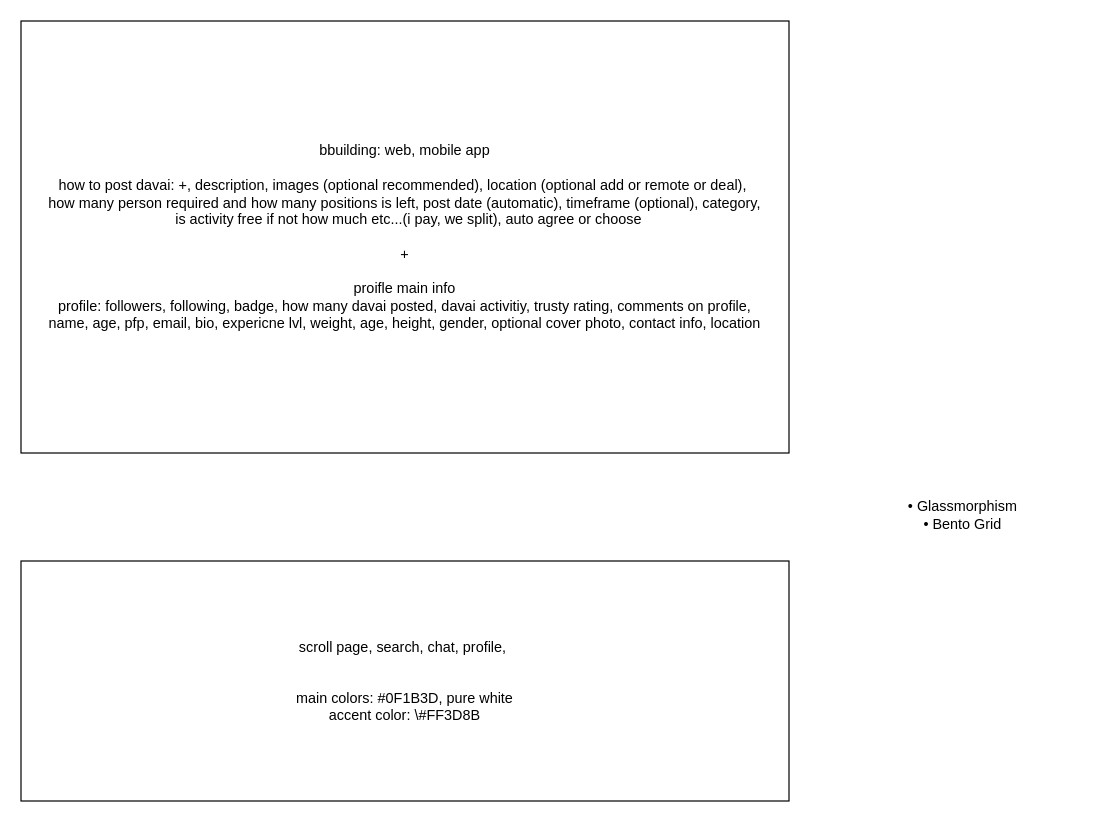
Earlier version of the draw.io diagram docs/draw.drawio (lasha-lomidze/Davaiii). Source tidied: cells renumbered, new cells numbered last; positions are measured from the earlier drawing's top-left corner, leaving out a move shared by most shapes. Both pictures are drawn from the tidied source at 120%, with x=0, y=0 at pixel (20, 20).
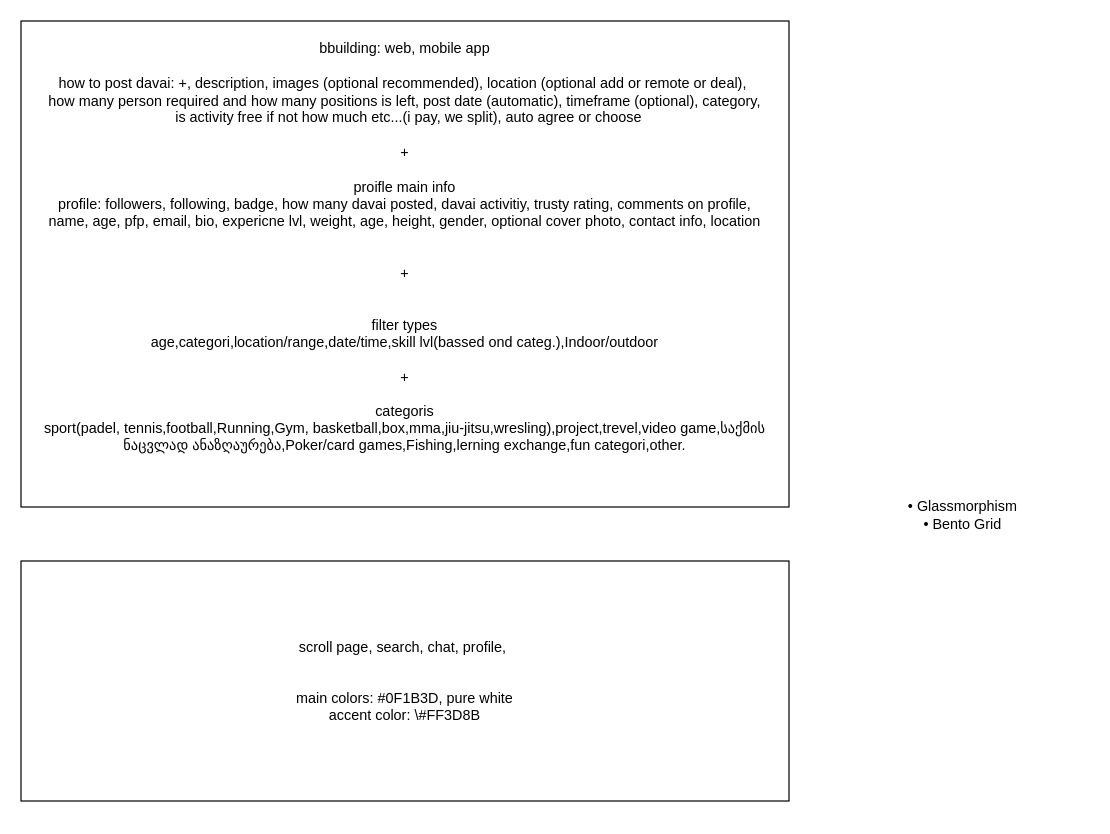
After the change.

Commit message (it also covers changes not shown here):
docs: plan categories and filters

Diff of the diagram source:
```diff
@@
 <mxGraphModel>
   <root>
     <mxCell id="0" />
     <mxCell id="1" parent="0" />
-    <mxCell id="2" value="bbuilding: web, mobile app&lt;div&gt;&lt;br&gt;&lt;/div&gt;&lt;div&gt;how to post davai: +, description, images (optional recommended), location (optional add or remote or deal),&amp;nbsp;&lt;/div&gt;&lt;div&gt;how many person required and how many positions is left, post date (automatic), timeframe (optional), category,&lt;/div&gt;&lt;div&gt;&amp;nbsp; is activity free if not how much etc...(i pay, we split), auto agree or choose&lt;/div&gt;&lt;div&gt;&lt;br&gt;&lt;/div&gt;&lt;div&gt;+&lt;/div&gt;&lt;div&gt;&lt;br&gt;&lt;/div&gt;&lt;div&gt;proifle main info&lt;/div&gt;&lt;div&gt;profile: followers, following, badge, how many davai posted, davai activitiy, trusty rating, comments on profile,&lt;/div&gt;&lt;div&gt;name, age, pfp, email, bio, expericne lvl, weight, age, height, gender, optional cover photo, contact info, location&lt;/div&gt;" style="whiteSpace=wrap;html=1;" parent="1" vertex="1">
-      <mxGeometry width="640" height="360" as="geometry" />
+    <mxCell id="2" value="bbuilding: web, mobile app&lt;div&gt;&lt;br&gt;&lt;/div&gt;&lt;div&gt;how to post davai: +, description, images (optional recommended), location (optional add or remote or deal),&amp;nbsp;&lt;/div&gt;&lt;div&gt;how many person required and how many positions is left, post date (automatic), timeframe (optional), category,&lt;/div&gt;&lt;div&gt;&amp;nbsp; is activity free if not how much etc...(i pay, we split), auto agree or choose&lt;/div&gt;&lt;div&gt;&lt;br&gt;&lt;/div&gt;&lt;div&gt;+&lt;/div&gt;&lt;div&gt;&lt;br&gt;&lt;/div&gt;&lt;div&gt;proifle main info&lt;/div&gt;&lt;div&gt;profile: followers, following, badge, how many davai posted, davai activitiy, trusty rating, comments on profile,&lt;/div&gt;&lt;div&gt;name, age, pfp, email, bio, expericne lvl, weight, age, height, gender, optional cover photo, contact info, location&lt;br&gt;&lt;br&gt;&lt;br&gt;+&lt;br&gt;&lt;br&gt;&lt;br&gt;filter types&lt;/div&gt;&lt;div&gt;age,categori,location/range,date/time,skill lvl(bassed ond categ.),Indoor/outdoor &lt;br&gt;&lt;br&gt;+&lt;/div&gt;&lt;div&gt;&lt;br&gt;&lt;/div&gt;&lt;div&gt;categoris&lt;br&gt;sport(padel, tennis,football,Running,Gym, basketball,box,mma,jiu-jitsu,wresling),project,trevel,video game,საქმის ნაცვლად ანაზღაურება,Poker/card games,Fishing,lerning exchange,fun categori,other.&lt;br&gt;&lt;br&gt;&lt;br&gt;&lt;/div&gt;" style="whiteSpace=wrap;html=1;" parent="1" vertex="1">
+      <mxGeometry width="640" height="405" as="geometry" />
     </mxCell>
     <mxCell id="3" value="scroll page, search, chat, profile,&amp;nbsp;&lt;div&gt;&lt;br&gt;&lt;/div&gt;&lt;div&gt;&lt;br&gt;&lt;/div&gt;&lt;div&gt;main colors: #0F1B3D, pure white&lt;/div&gt;&lt;div&gt;accent color:&amp;nbsp;\#FF3D8B&lt;/div&gt;" style="whiteSpace=wrap;html=1;" parent="1" vertex="1">
       <mxGeometry y="450" width="640" height="200" as="geometry" />
     </mxCell>
     <mxCell id="4" value="&lt;span class=&quot;_ap3a _aaco _aacu _aacx _aad7 _aade&quot; dir=&quot;auto&quot;&gt;&lt;br&gt;• Glassmorphism&lt;br&gt;• Bento Grid&lt;br&gt;&lt;/span&gt;" style="text;html=1;whiteSpace=wrap;strokeColor=none;fillColor=none;align=center;verticalAlign=middle;rounded=0;" parent="1" vertex="1">
       <mxGeometry x="680" y="150" width="210" height="510" as="geometry" />
     </mxCell>
   </root>
 </mxGraphModel>
```
